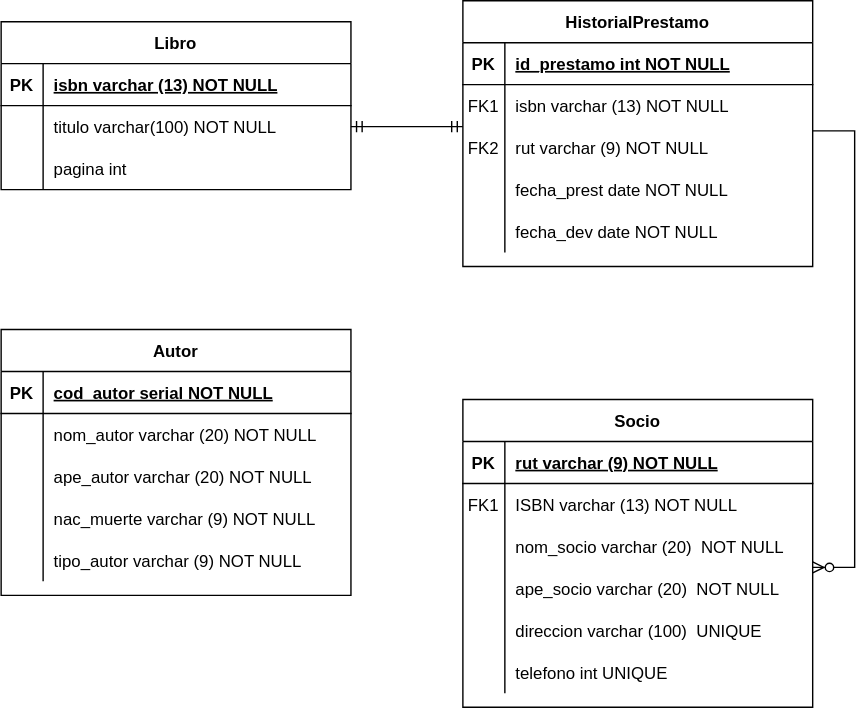
FranSantander/-Biblioteca keeps this draw.io diagram as Modelo fisico.drawio.svg. Above is the earlier version. Source tidied: cells renumbered, new cells last; positions are measured from the earlier drawing's top-left corner, leaving out a move shared by most shapes.
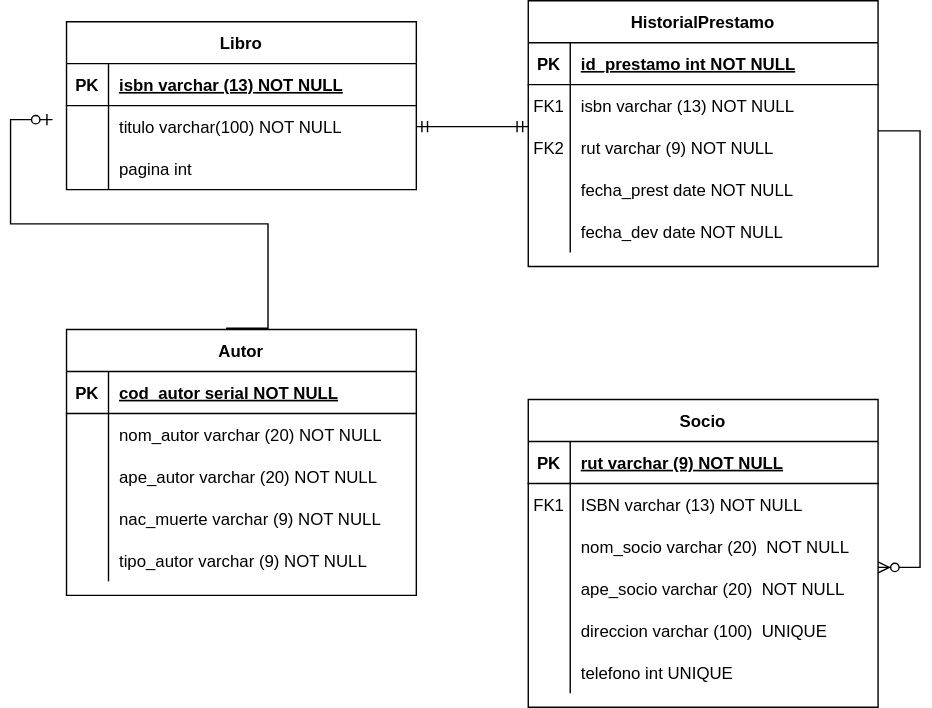
After the commit.

Diff of the diagram source:
```diff
@@ -194,5 +194,10 @@
     <mxCell id="64" value="tipo_autor varchar (9) NOT NULL" style="shape=partialRectangle;fillColor=none;top=0;left=0;bottom=0;right=0;align=left;spacingLeft=6;overflow=hidden;" parent="62" vertex="1">
       <mxGeometry x="30" width="220" height="30" as="geometry" />
     </mxCell>
+    <mxCell id="65" style="edgeStyle=entityRelationEdgeStyle;fontSize=12;html=1;endArrow=ERzeroToOne;endFill=1;rounded=0;exitX=0.456;exitY=-0.005;exitDx=0;exitDy=0;exitPerimeter=0;" parent="1" edge="1" source="49">
+      <mxGeometry relative="1" as="geometry">
+        <mxPoint x="-10" y="85" as="targetPoint" />
+      </mxGeometry>
+    </mxCell>
   </root>
 </mxGraphModel>
```
